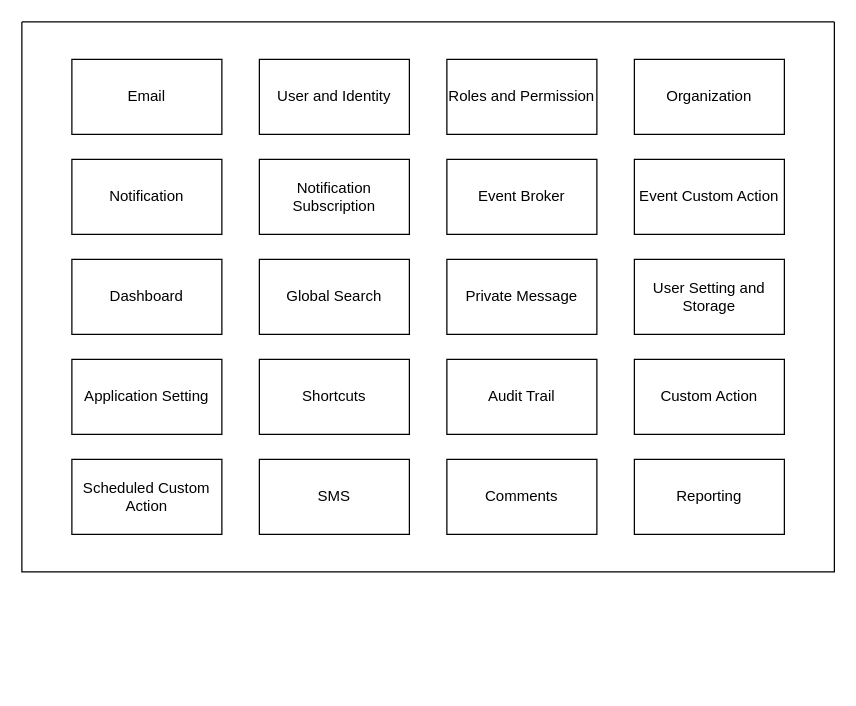
This is page "Page-2" (2 of 2) of Features.drawio from hkdotneteam/hkdotnet.Framework, a draw.io file, before an edit. Source tidied: cells renumbered, new cells numbered last; positions are measured from the earlier drawing's top-left corner, leaving out a move shared by most shapes. Both pictures are drawn from the tidied source at 125%, with x=0, y=0 at pixel (21, 21).
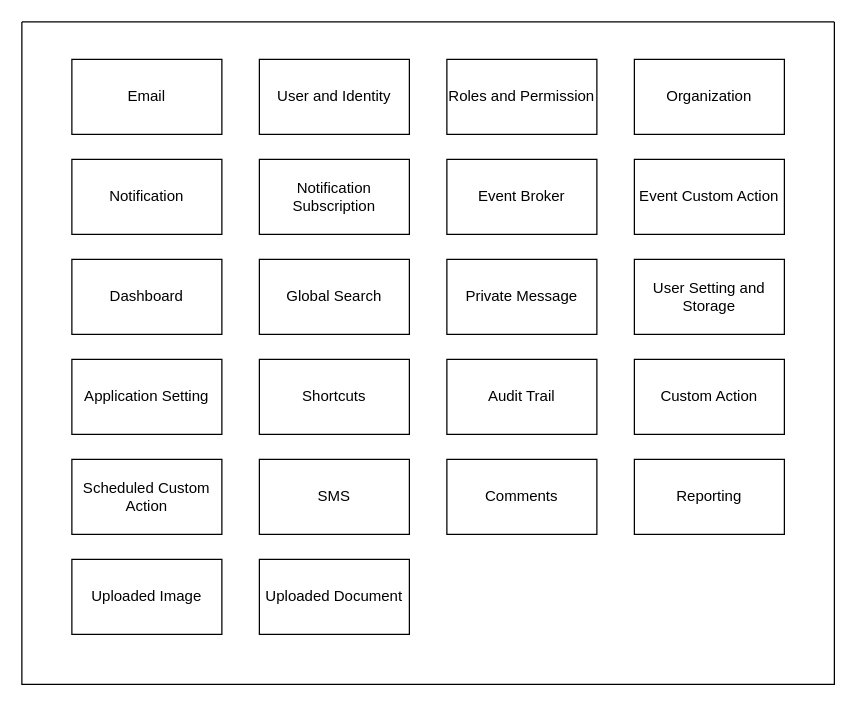
The same page after the edit.

The edit, as a diff of the source:
```diff
@@
     <mxCell id="2" style="swimlane;startSize=0;" parent="1" vertex="1">
-      <mxGeometry width="650" height="440" as="geometry" />
+      <mxGeometry width="650" height="530" as="geometry" />
     </mxCell>
@@
+    <mxCell id="23" value="Uploaded Image" style="rounded=0;whiteSpace=wrap;html=1;" parent="2" vertex="1">
+      <mxGeometry x="40" y="430" width="120" height="60" as="geometry" />
+    </mxCell>
+    <mxCell id="24" value="Uploaded Document" style="rounded=0;whiteSpace=wrap;html=1;" parent="2" vertex="1">
+      <mxGeometry x="190" y="430" width="120" height="60" as="geometry" />
+    </mxCell>
```
